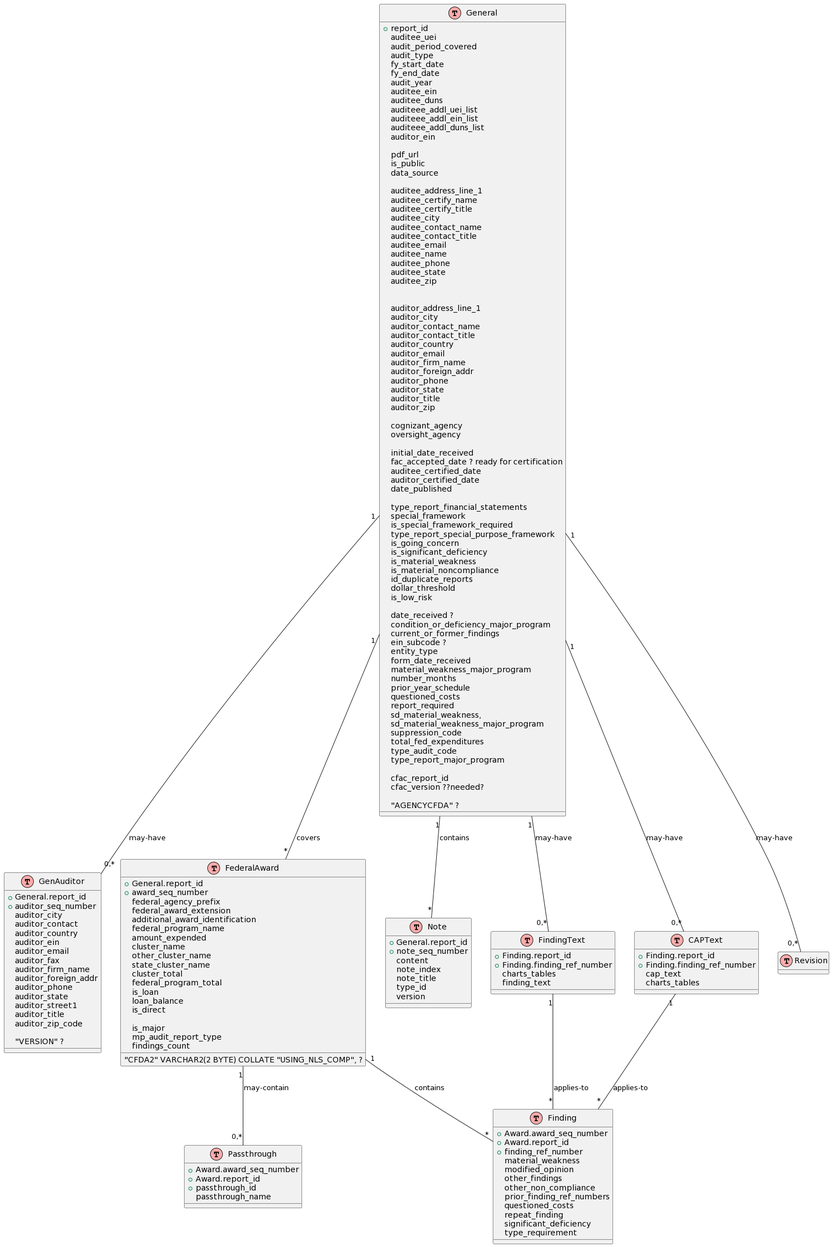
GSA-TTS/FAC keeps this PlantUML diagram as backend/dissemination/data-model/Data Model.png. Above is the earlier version.
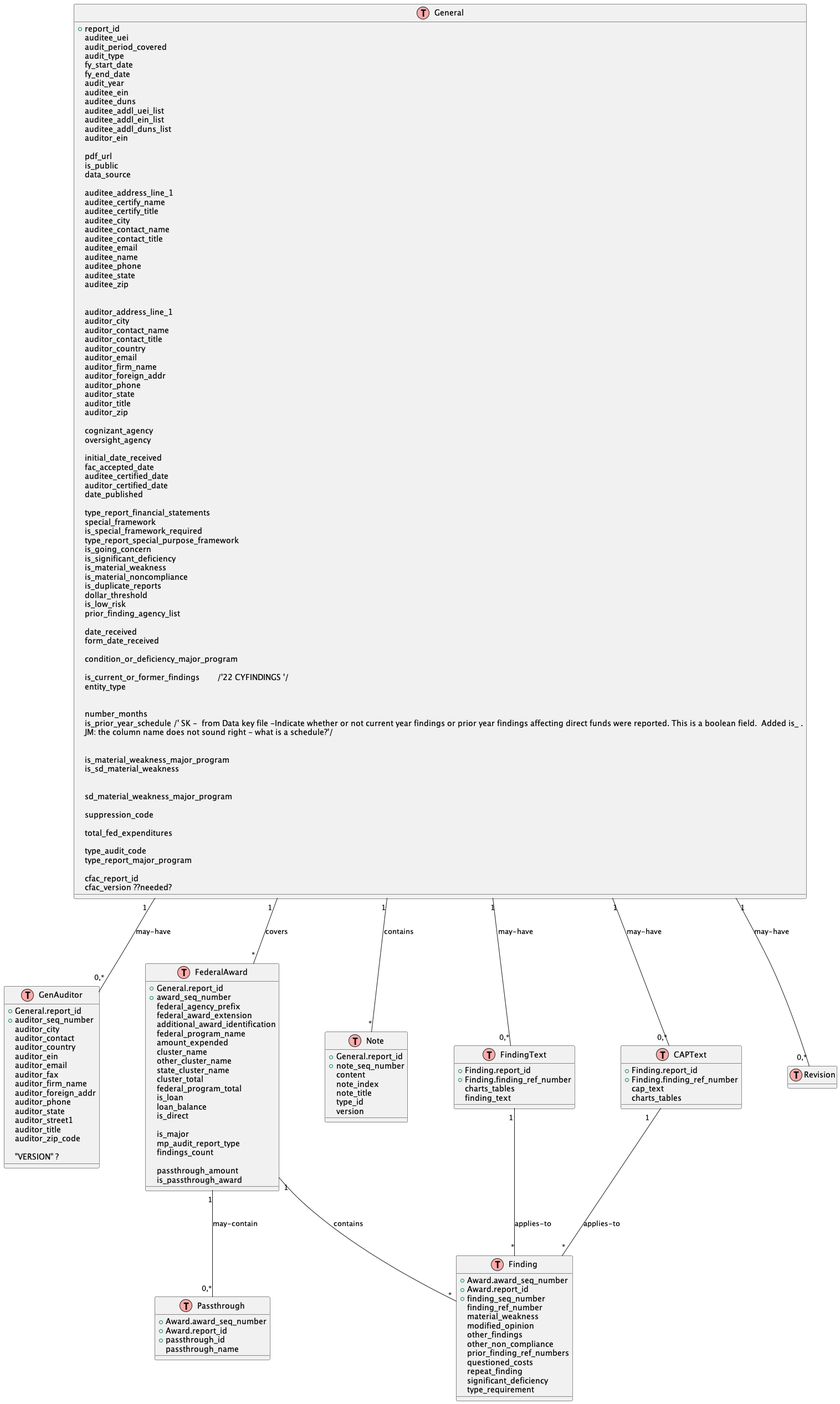
After the change.

Commit message:
Uncommented passthrough_amount,is_passthrough_award and removed AGNCYCFDA and a comment

Change to the diagram source:
```diff
@@ -1,4 +1,5 @@
-@startuml
+@startuml Data Model
+
 !define TABLE(name,desc) class name as "desc" << (T,#FFAAAA) >>
 !define PRIMARY_KEY(x) <color:red>x</color>
 !define FOREIGN_KEY(x) <color:blue>x</color>
@@ -15,9 +16,9 @@
     audit_year                   /'22 AUDITYEAR '/
     auditee_ein
     auditee_duns
-    auditeee_addl_uei_list
-    auditeee_addl_ein_list
-    auditeee_addl_duns_list
+    auditee_addl_uei_list
+    auditee_addl_ein_list
+    auditee_addl_duns_list
     auditor_ein
 
     pdf_url                           /' GFAC '/
@@ -54,7 +55,7 @@
     oversight_agency
 
     initial_date_received
-    fac_accepted_date ? ready for certification
+    fac_accepted_date /' JM: ?ready for certification. How is this different from initial_date_received? '/
     auditee_certified_date
     auditor_certified_date
     date_published
@@ -67,32 +68,41 @@
     is_significant_deficiency
     is_material_weakness
     is_material_noncompliance
-    id_duplicate_reports
+    is_duplicate_reports
     dollar_threshold
     is_low_risk
+    prior_finding_agency_list
 
-    date_received ?
-    condition_or_deficiency_major_program
-    current_or_former_findings        /'22 CYFINDINGS '/
-    ein_subcode ?
-    entity_type
-    form_date_received
-    material_weakness_major_program
-    number_months
-    prior_year_schedule
-    questioned_costs
-    report_required
-    sd_material_weakness,
-    sd_material_weakness_major_program
-    suppression_code
-    total_fed_expenditures
-    type_audit_code
-    type_report_major_program
+    date_received /' SK - from Census meeting - Date when recent submission was received.  This is >= initialdate '/
+    form_date_received /' SK - from Data key file - The most Recent Date the Form SF-SAC was received by the FAC. This field was not populated before 2001.'/
+
+    condition_or_deficiency_major_program /' SK - from Data key file - Indicate whether any reportable condition/signficant deficiency was disclosed as a material weakness for a major program in the Schedule of Findings and Questioned Costs '/
+
+    is_current_or_former_findings        /'22 CYFINDINGS '/ /' SK - This is a boolean field '/
+    entity_type /' SK - from Data key file - Self reported type of entity '/
+
+
+    number_months /' SK - from Data key file - Number of Months Covered by the 'Other' Audit Period'/
+    is_prior_year_schedule /' SK -  from Data key file -Indicate whether or not current year findings or prior year findings affecting direct funds were reported. This is a boolean field.  Added is_ .
+    JM: the column name does not sound right - what is a schedule?'/
+
+
+    is_material_weakness_major_program /' SK - Not used since 2013.  Is this hist_ ?'/
+    is_sd_material_weakness /' SK - from 1146 spreadsheet - Whether or not the audit disclosed any reportable condition/significant deficiency as a material weakness on financial statements. Its a Y/N field. It gets disseminated in the GEN file as MATERIALWEAKNESS'/
+
+
+    sd_material_weakness_major_program /' SK - Present in ELECAUDITHEADER.  Is this different from is_material_weakness_major_program ? '/
+
+    suppression_code  /' SK - from 1146 Questions sheet - This would indicate if the pdf audit would be displayed in the public site.  IT would mean indian tribe opting to not make the audit publicly available.  NULL would mean its pdf is on dispay on the public facing site. '/
+
+    total_fed_expenditures /' SK - from 1146 Questions sheet - It is the summation of all expenditures listed on the federal awards workbook. It is not entered by the user, the workbook calculates total expenditure and it is stored here. '/
+
+    type_audit_code   /' SK - from 1146 Questions sheet - Would indicate if the audit is A133 or UG. '/
+    type_report_major_program  /' SK - from Data key file - Type of Report Issued on the Major Program Compliance '/
 
     cfac_report_id
     cfac_version ??needed?
 
-  "AGENCYCFDA" ?
 
 }
 
@@ -138,8 +148,15 @@
   mp_audit_report_type
   findings_count
 
+  passthrough_amount
+  is_passthrough_award
 
-  "CFDA2" VARCHAR2(2 BYTE) COLLATE "USING_NLS_COMP", ?
+
+
+
+
+
+
 }
 
 TABLE(Passthrough, "Passthrough") {
@@ -153,7 +170,8 @@
 TABLE(Finding, "Finding") {
   + Award.award_seq_number /' To be added to GFAC '/
   + Award.report_id
-  + finding_ref_number /' GFAC '/
+  + finding_seq_number
+  finding_ref_number
   material_weakness
   modified_opinion
   other_findings
@@ -205,4 +223,5 @@
 General "1" -- "*" Note : contains
 FindingText “1” -- “*” Finding : applies-to
 CAPText “1” -- “*” Finding : applies-to
+
 @enduml
```
